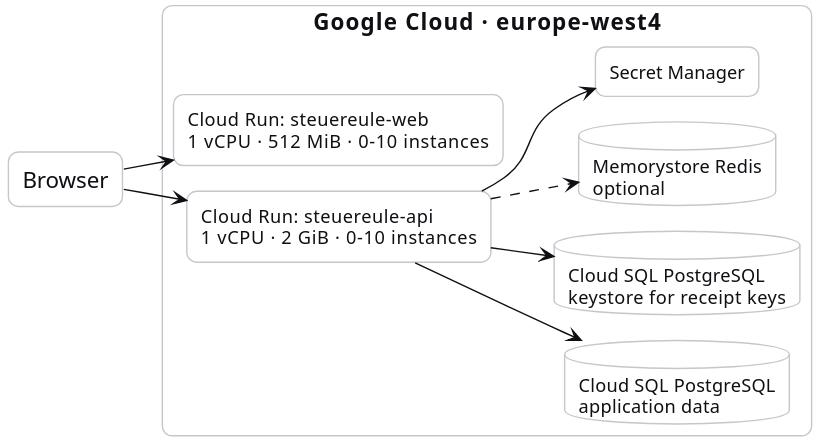
This is docs/diagrams/deployment.svg from NexusHero/Steuereule, a PlantUML export, as it was before one commit.
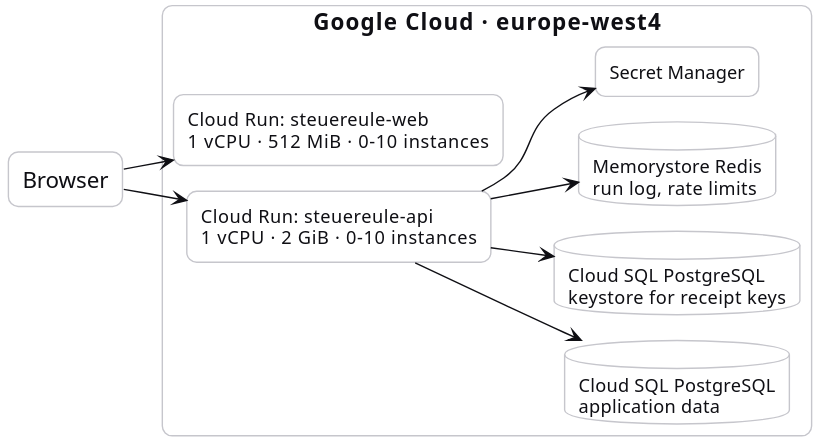
The same file after the commit.

The edit, as a diff of the source:
```diff
@@ -9,13 +9,13 @@
   rectangle "Cloud Run: steuereule-api\n1 vCPU · 2 GiB · 0-10 instances" as ApiSvc
   database "Cloud SQL PostgreSQL\napplication data" as Db
   database "Cloud SQL PostgreSQL\nkeystore for receipt keys" as Keys
-  database "Memorystore Redis\noptional" as Redis
+  database "Memorystore Redis\nrun log, rate limits" as Redis
   rectangle "Secret Manager" as Secrets
 }
 Browser --> WebSvc
 Browser --> ApiSvc
 ApiSvc --> Db
 ApiSvc --> Keys
-ApiSvc ..> Redis
+ApiSvc --> Redis
 ApiSvc --> Secrets
 @enduml
```
